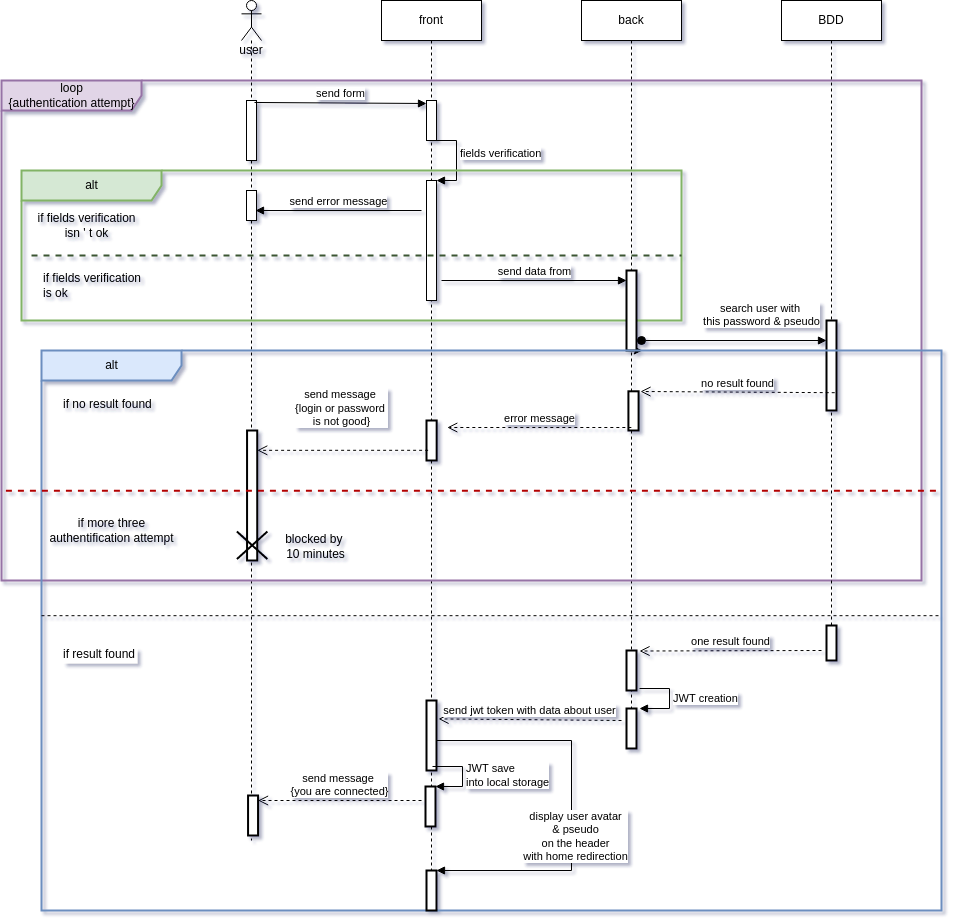
Before: Documentation-diagrams/diagrams-img/connection_sequence.drawio.png, a diagram exported from draw.io (aerobi93/Modelisation-UML). Source tidied: cells renumbered, new cells last; positions are measured from the earlier drawing's top-left corner, leaving out a move shared by most shapes.
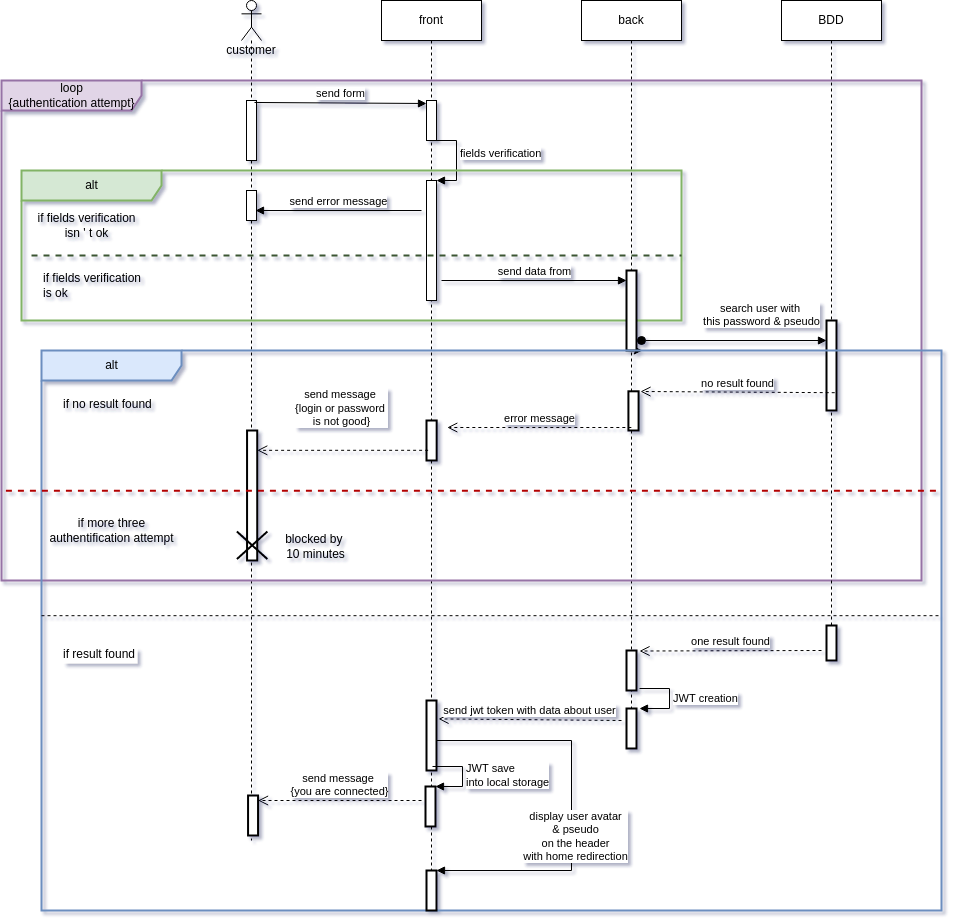
Above is the later version.

Commit message:
change user to customer

Change to the diagram source:
```diff
@@ -2,7 +2,7 @@
   <root>
     <mxCell id="0" />
     <mxCell id="1" parent="0" />
-    <mxCell id="2" value="user" style="shape=umlLifeline;participant=umlActor;perimeter=lifelinePerimeter;whiteSpace=wrap;html=1;verticalAlign=top;spacingTop=36;fillColor=#FFFFFF;" parent="1" vertex="1">
+    <mxCell id="2" value="customer&lt;br&gt;" style="shape=umlLifeline;participant=umlActor;perimeter=lifelinePerimeter;whiteSpace=wrap;html=1;verticalAlign=top;spacingTop=36;fillColor=#FFFFFF;" parent="1" vertex="1">
       <mxGeometry x="240" width="20" height="840" as="geometry" />
     </mxCell>
     <mxCell id="3" value="front" style="shape=umlLifeline;perimeter=lifelinePerimeter;whiteSpace=wrap;html=1;fillColor=#FFFFFF;" parent="1" vertex="1">
```
